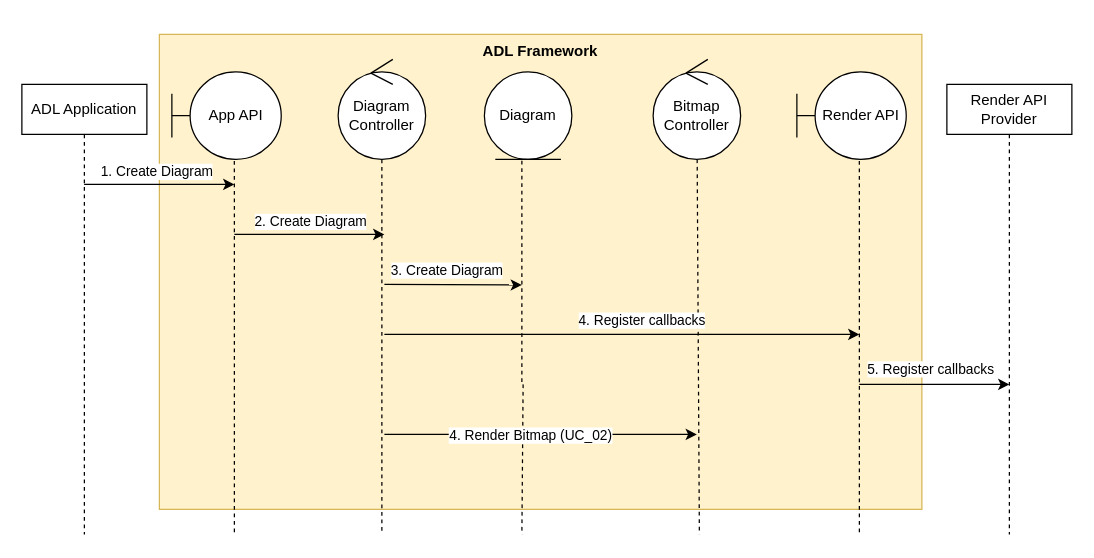
The draw.io diagram Render Bitmap.drawio in phunm211/SW-Associate-Architecture, before the edit. Source tidied: cells renumbered, new cells numbered last; positions are measured from the earlier drawing's top-left corner, leaving out a move shared by most shapes. Both pictures are drawn from the tidied source at 125%, with x=0, y=0 at pixel (21, 34).
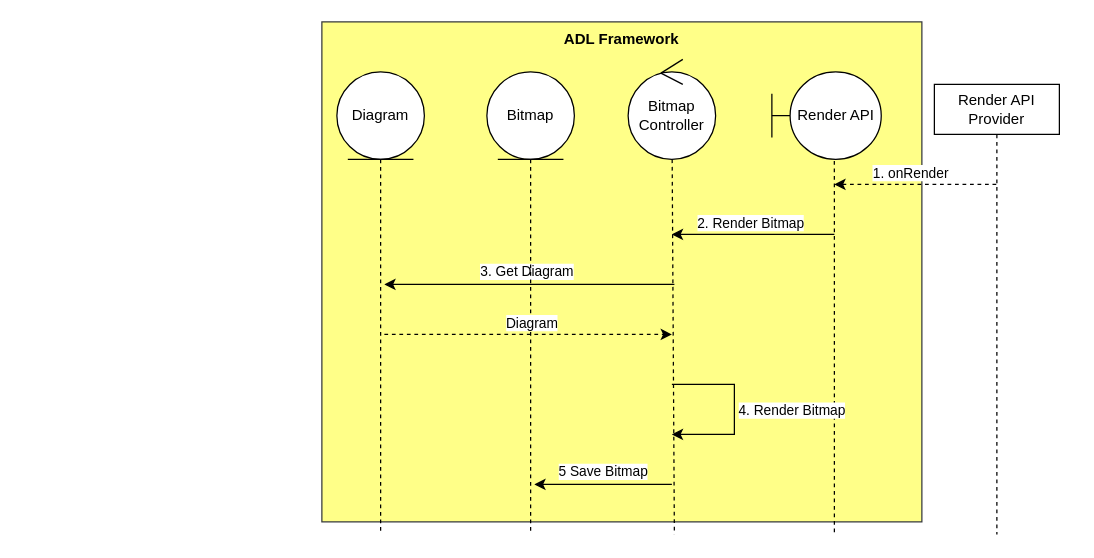
The same page after the edit.

Change to the diagram source:
```diff
@@
-    <mxCell id="2" value="&lt;b&gt;ADL Framework&lt;/b&gt;" style="rounded=0;whiteSpace=wrap;html=1;verticalAlign=top;fillColor=#fff2cc;strokeColor=#d6b656;" parent="1" vertex="1">
-      <mxGeometry x="110" width="610" height="380" as="geometry" />
+    <mxCell id="2" value="&lt;b&gt;ADL Framework&lt;/b&gt;" style="rounded=0;whiteSpace=wrap;html=1;verticalAlign=top;fillColor=#ffff88;strokeColor=#36393d;" parent="1" vertex="1">
+      <mxGeometry x="240" y="-10" width="480" height="400" as="geometry" />
     </mxCell>
-    <mxCell id="3" style="edgeStyle=orthogonalEdgeStyle;rounded=0;orthogonalLoop=1;jettySize=auto;html=1;curved=0;" parent="1" edge="1">
-      <mxGeometry relative="1" as="geometry">
-        <mxPoint x="49.8" y="120" as="sourcePoint" />
-        <mxPoint x="170" y="120" as="targetPoint" />
-        <Array as="points">
-          <mxPoint x="170" y="120" />
-        </Array>
-      </mxGeometry>
-    </mxCell>
-    <mxCell id="4" value="1. Create Diagram" style="edgeLabel;html=1;align=center;verticalAlign=middle;" parent="3" vertex="1">
-      <mxGeometry x="-0.03" y="1" relative="1" as="geometry">
-        <mxPoint y="-10" as="offset" />
-      </mxGeometry>
-    </mxCell>
-    <mxCell id="5" value="ADL Application" style="shape=umlLifeline;perimeter=lifelinePerimeter;whiteSpace=wrap;html=1;newEdgeStyle={&quot;curved&quot;:0,&quot;rounded&quot;:0};" parent="1" vertex="1">
-      <mxGeometry y="40" width="100" height="360" as="geometry" />
-    </mxCell>
-    <mxCell id="6" style="rounded=0;jettySize=auto;html=1;dashed=1;endArrow=none;endFill=0;" parent="1" edge="1" source="7">
-      <mxGeometry relative="1" as="geometry">
-        <mxPoint x="288" y="400" as="targetPoint" />
-      </mxGeometry>
-    </mxCell>
-    <mxCell id="7" value="Diagram Controller" style="ellipse;shape=umlControl;whiteSpace=wrap;html=1;" parent="1" vertex="1">
-      <mxGeometry x="253" y="20" width="70" height="80" as="geometry" />
-    </mxCell>
-    <mxCell id="8" style="rounded=0;jettySize=auto;html=1;endArrow=none;endFill=0;dashed=1;exitX=0.571;exitY=1.019;exitDx=0;exitDy=0;exitPerimeter=0;" parent="1" edge="1" source="9">
-      <mxGeometry relative="1" as="geometry">
-        <mxPoint x="170" y="400" as="targetPoint" />
-        <Array as="points">
-          <mxPoint x="170" y="130" />
-        </Array>
-      </mxGeometry>
-    </mxCell>
-    <mxCell id="9" value="App API" style="shape=umlBoundary;whiteSpace=wrap;html=1;" parent="1" vertex="1">
-      <mxGeometry x="120" y="30" width="87.5" height="70" as="geometry" />
-    </mxCell>
-    <mxCell id="10" style="edgeStyle=orthogonalEdgeStyle;rounded=0;orthogonalLoop=1;jettySize=auto;html=1;exitX=0.5;exitY=1;exitDx=0;exitDy=0;dashed=1;endArrow=none;endFill=0;" parent="1" edge="1">
+    <mxCell id="10" style="rounded=0;orthogonalLoop=1;jettySize=auto;html=1;exitX=0.5;exitY=1;exitDx=0;exitDy=0;dashed=1;endArrow=none;endFill=0;" parent="1" edge="1">
       <mxGeometry relative="1" as="geometry">
-        <mxPoint x="405" y="100" as="sourcePoint" />
-        <mxPoint x="400" y="400" as="targetPoint" />
-        <Array as="points">
-          <mxPoint x="400" y="100" />
-          <mxPoint x="400" y="280" />
-          <mxPoint x="401" y="460" />
-        </Array>
+        <mxPoint x="287" y="100" as="sourcePoint" />
+        <mxPoint x="287" y="400" as="targetPoint" />
       </mxGeometry>
     </mxCell>
     <mxCell id="11" value="Diagram" style="ellipse;shape=umlEntity;whiteSpace=wrap;html=1;" parent="1" vertex="1">
-      <mxGeometry x="370" y="30" width="70" height="70" as="geometry" />
+      <mxGeometry x="252" y="30" width="70" height="70" as="geometry" />
     </mxCell>
-    <mxCell id="12" style="endArrow=classic;html=1;rounded=0;" parent="1" edge="1">
-      <mxGeometry relative="1" as="geometry">
-        <mxPoint x="170" y="160" as="sourcePoint" />
-        <mxPoint x="290" y="160" as="targetPoint" />
-      </mxGeometry>
-    </mxCell>
-    <mxCell id="13" value="2. Create Diagram" style="edgeLabel;html=1;align=center;verticalAlign=middle;" parent="1" vertex="1">
-      <mxGeometry x="230" y="149" as="geometry" />
-    </mxCell>
-    <mxCell id="14" style="endArrow=classic;html=1;rounded=0;" parent="1" edge="1">
-      <mxGeometry relative="1" as="geometry">
-        <mxPoint x="290" y="200" as="sourcePoint" />
-        <mxPoint x="400" y="200.5" as="targetPoint" />
-      </mxGeometry>
-    </mxCell>
-    <mxCell id="15" value="3. Create Diagram" style="edgeLabel;html=1;align=center;verticalAlign=middle;" parent="14" vertex="1">
-      <mxGeometry x="-0.33" y="-1" relative="1" as="geometry">
-        <mxPoint x="13" y="-13" as="offset" />
-      </mxGeometry>
-    </mxCell>
-    <mxCell id="16" style="endArrow=classic;html=1;rounded=0;" parent="1" edge="1">
-      <mxGeometry relative="1" as="geometry">
-        <mxPoint x="290" y="320" as="sourcePoint" />
-        <mxPoint x="540" y="320" as="targetPoint" />
-      </mxGeometry>
-    </mxCell>
-    <mxCell id="17" value="4. Render Bitmap (UC_02)" style="edgeLabel;html=1;align=center;verticalAlign=middle;" parent="16" vertex="1">
-      <mxGeometry x="-0.33" y="-1" relative="1" as="geometry">
-        <mxPoint x="32" y="-1" as="offset" />
-      </mxGeometry>
-    </mxCell>
     <mxCell id="18" style="rounded=0;jettySize=auto;html=1;dashed=1;endArrow=none;endFill=0;" parent="1" edge="1" source="19">
       <mxGeometry relative="1" as="geometry">
-        <mxPoint x="542" y="400" as="targetPoint" />
+        <mxPoint x="522" y="400" as="targetPoint" />
       </mxGeometry>
     </mxCell>
     <mxCell id="19" value="Bitmap Controller" style="ellipse;shape=umlControl;whiteSpace=wrap;html=1;" parent="1" vertex="1">
-      <mxGeometry x="505" y="20" width="70" height="80" as="geometry" />
+      <mxGeometry x="485" y="20" width="70" height="80" as="geometry" />
     </mxCell>
     <mxCell id="20" style="rounded=0;jettySize=auto;html=1;endArrow=none;endFill=0;dashed=1;exitX=0.571;exitY=1.019;exitDx=0;exitDy=0;exitPerimeter=0;" parent="1" edge="1" source="21">
       <mxGeometry relative="1" as="geometry">
-        <mxPoint x="670" y="400" as="targetPoint" />
+        <mxPoint x="650" y="400" as="targetPoint" />
         <Array as="points">
-          <mxPoint x="670" y="130" />
+          <mxPoint x="650" y="130" />
         </Array>
       </mxGeometry>
     </mxCell>
     <mxCell id="21" value="Render API" style="shape=umlBoundary;whiteSpace=wrap;html=1;" parent="1" vertex="1">
-      <mxGeometry x="620" y="30" width="87.5" height="70" as="geometry" />
+      <mxGeometry x="600" y="30" width="87.5" height="70" as="geometry" />
     </mxCell>
     <mxCell id="22" value="Render API Provider" style="shape=umlLifeline;perimeter=lifelinePerimeter;whiteSpace=wrap;html=1;newEdgeStyle={&quot;curved&quot;:0,&quot;rounded&quot;:0};" parent="1" vertex="1">
-      <mxGeometry x="740" y="40" width="100" height="360" as="geometry" />
+      <mxGeometry x="730" y="40" width="100" height="360" as="geometry" />
     </mxCell>
-    <mxCell id="23" style="endArrow=classic;html=1;rounded=0;" parent="1" edge="1">
-      <mxGeometry relative="1" as="geometry">
-        <mxPoint x="290" y="240" as="sourcePoint" />
-        <mxPoint x="670" y="240" as="targetPoint" />
-      </mxGeometry>
-    </mxCell>
-    <mxCell id="24" value="4. Register callbacks" style="edgeLabel;html=1;align=center;verticalAlign=middle;" parent="23" vertex="1">
-      <mxGeometry x="0.28" y="2" relative="1" as="geometry">
-        <mxPoint x="-38" y="-10" as="offset" />
-      </mxGeometry>
-    </mxCell>
-    <mxCell id="25" style="endArrow=classic;html=1;rounded=0;" parent="1" edge="1">
-      <mxGeometry relative="1" as="geometry">
-        <mxPoint x="670" y="280" as="sourcePoint" />
-        <mxPoint x="790" y="280" as="targetPoint" />
-      </mxGeometry>
-    </mxCell>
-    <mxCell id="26" value="5. Register callbacks" style="edgeLabel;html=1;align=center;verticalAlign=middle;" parent="25" vertex="1">
-      <mxGeometry x="0.28" y="2" relative="1" as="geometry">
-        <mxPoint x="-21" y="-11" as="offset" />
-      </mxGeometry>
-    </mxCell>
+    <mxCell id="27" style="endArrow=classic;html=1;rounded=0;dashed=1;" parent="1" edge="1">
+      <mxGeometry relative="1" as="geometry">
+        <mxPoint x="779.5" y="120" as="sourcePoint" />
+        <mxPoint x="650" y="120" as="targetPoint" />
+      </mxGeometry>
+    </mxCell>
+    <mxCell id="28" value="1. onRender" style="edgeLabel;html=1;align=center;verticalAlign=middle;" parent="27" vertex="1">
+      <mxGeometry x="0.16" y="-1" relative="1" as="geometry">
+        <mxPoint x="6" y="-9" as="offset" />
+      </mxGeometry>
+    </mxCell>
+    <mxCell id="29" style="endArrow=classic;html=1;rounded=0;" parent="1" edge="1">
+      <mxGeometry relative="1" as="geometry">
+        <mxPoint x="650" y="160" as="sourcePoint" />
+        <mxPoint x="520" y="160" as="targetPoint" />
+      </mxGeometry>
+    </mxCell>
+    <mxCell id="30" value="2. Render Bitmap" style="edgeLabel;html=1;align=center;verticalAlign=middle;" parent="29" vertex="1">
+      <mxGeometry x="0.05" y="-1" relative="1" as="geometry">
+        <mxPoint y="-9" as="offset" />
+      </mxGeometry>
+    </mxCell>
+    <mxCell id="31" style="endArrow=classic;html=1;rounded=0;" parent="1" edge="1">
+      <mxGeometry relative="1" as="geometry">
+        <mxPoint x="522" y="200" as="sourcePoint" />
+        <mxPoint x="290" y="200" as="targetPoint" />
+      </mxGeometry>
+    </mxCell>
+    <mxCell id="32" value="3. Get Diagram" style="edgeLabel;html=1;align=center;verticalAlign=middle;" parent="31" vertex="1">
+      <mxGeometry x="0.14" y="-1" relative="1" as="geometry">
+        <mxPoint x="13" y="-10" as="offset" />
+      </mxGeometry>
+    </mxCell>
+    <mxCell id="33" style="rounded=0;orthogonalLoop=1;jettySize=auto;html=1;exitX=0.5;exitY=1;exitDx=0;exitDy=0;dashed=1;endArrow=none;endFill=0;" parent="1" edge="1">
+      <mxGeometry relative="1" as="geometry">
+        <mxPoint x="407" y="100" as="sourcePoint" />
+        <mxPoint x="407" y="400" as="targetPoint" />
+      </mxGeometry>
+    </mxCell>
+    <mxCell id="34" value="Bitmap" style="ellipse;shape=umlEntity;whiteSpace=wrap;html=1;" parent="1" vertex="1">
+      <mxGeometry x="372" y="30" width="70" height="70" as="geometry" />
+    </mxCell>
+    <mxCell id="35" style="endArrow=classic;html=1;rounded=0;dashed=1;" parent="1" edge="1">
+      <mxGeometry relative="1" as="geometry">
+        <mxPoint x="290" y="240" as="sourcePoint" />
+        <mxPoint x="520" y="240" as="targetPoint" />
+      </mxGeometry>
+    </mxCell>
+    <mxCell id="36" value="Diagram" style="edgeLabel;html=1;align=center;verticalAlign=middle;" parent="35" vertex="1">
+      <mxGeometry x="-0.29" y="2" relative="1" as="geometry">
+        <mxPoint x="35" y="-8" as="offset" />
+      </mxGeometry>
+    </mxCell>
+    <mxCell id="37" style="endArrow=classic;html=1;rounded=0;edgeStyle=elbowEdgeStyle;" parent="1" edge="1">
+      <mxGeometry relative="1" as="geometry">
+        <mxPoint x="520" y="280" as="sourcePoint" />
+        <mxPoint x="520" y="320" as="targetPoint" />
+        <Array as="points">
+          <mxPoint x="570" y="310" />
+        </Array>
+      </mxGeometry>
+    </mxCell>
+    <mxCell id="38" value="4. Render Bitmap" style="edgeLabel;html=1;align=center;verticalAlign=middle;" parent="37" vertex="1">
+      <mxGeometry x="-0.01" y="-4" relative="1" as="geometry">
+        <mxPoint x="49" y="1" as="offset" />
+      </mxGeometry>
+    </mxCell>
+    <mxCell id="39" style="endArrow=classic;html=1;rounded=0;" parent="1" edge="1">
+      <mxGeometry relative="1" as="geometry">
+        <mxPoint x="520" y="360" as="sourcePoint" />
+        <mxPoint x="410" y="360" as="targetPoint" />
+      </mxGeometry>
+    </mxCell>
+    <mxCell id="40" value="5 Save Bitmap" style="edgeLabel;html=1;align=center;verticalAlign=middle;" parent="39" vertex="1">
+      <mxGeometry x="0.01" relative="1" as="geometry">
+        <mxPoint y="-11" as="offset" />
+      </mxGeometry>
+    </mxCell>
```
